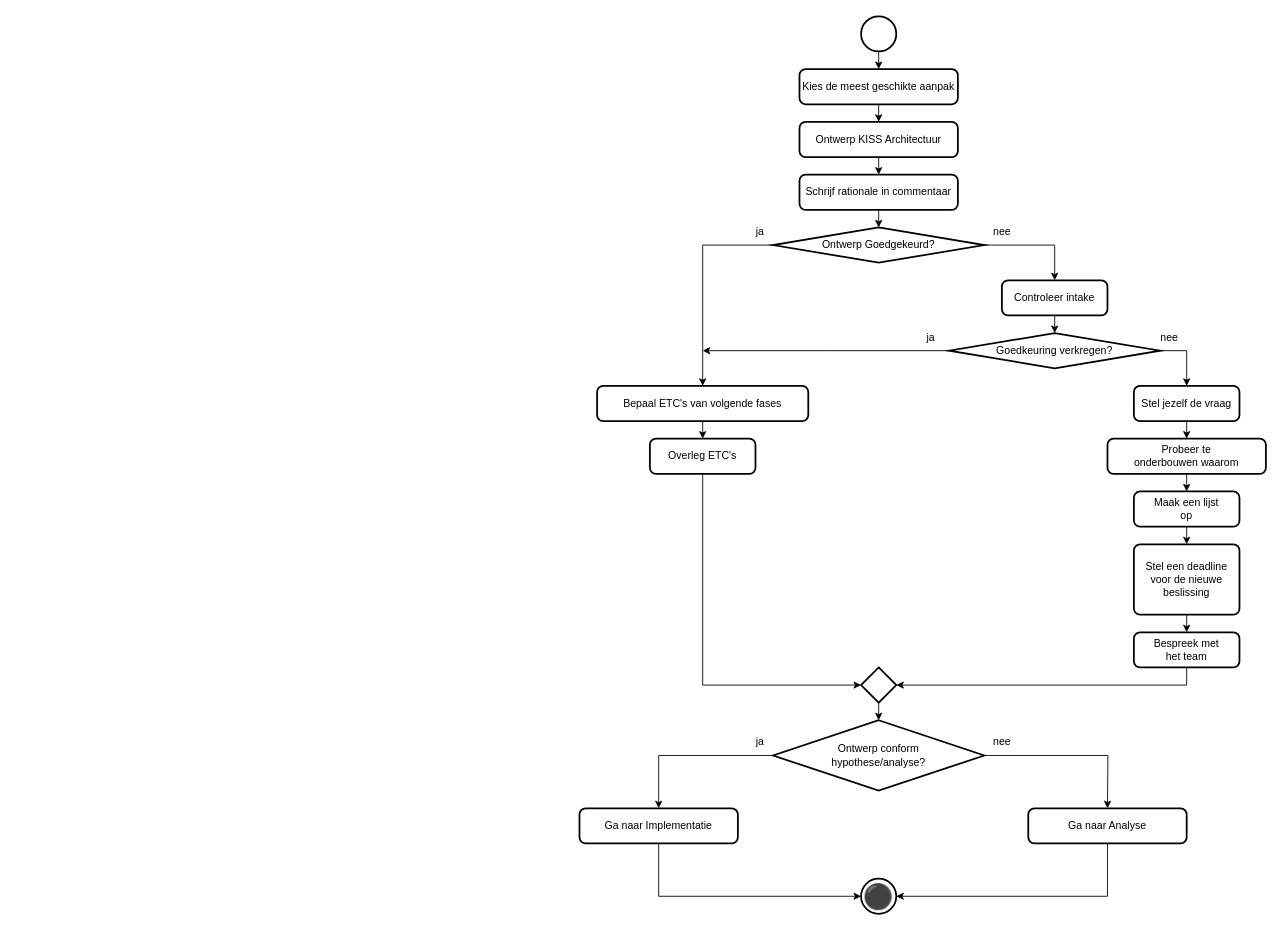
The draw.io diagram 3 Issue Tracker ontwerp.drawio in Zaibatsu89/IssueTracker, before the edit. Source tidied: cells renumbered, new cells numbered last; positions are measured from the earlier drawing's top-left corner, leaving out a move shared by most shapes. Both pictures are drawn from the tidied source at 88%, with x=0, y=0 at pixel (579, 16).
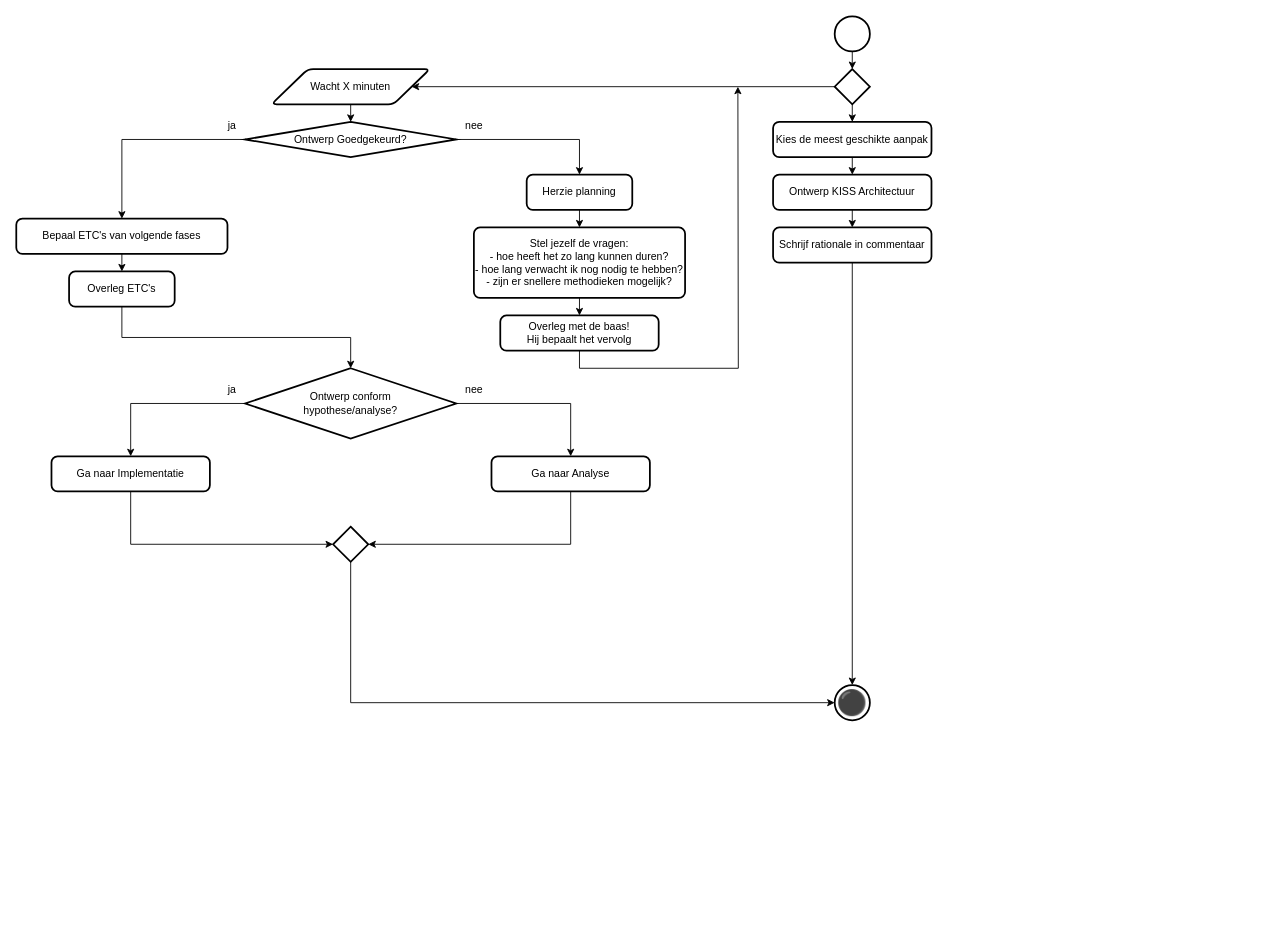
The same diagram, later.

Diff of the diagram source:
```diff
@@
-    <mxCell id="2" style="edgeStyle=orthogonalEdgeStyle;rounded=0;jettySize=auto;html=1;exitX=0.5;exitY=1;exitDx=0;exitDy=0;exitPerimeter=0;entryX=0.5;entryY=0;entryDx=0;entryDy=0;" parent="1" edge="1" source="3" target="5">
-      <mxGeometry relative="1" as="geometry" />
-    </mxCell>
     <mxCell id="3" style="strokeWidth=2;html=1;shape=mxgraph.flowchart.start_2;whiteSpace=wrap;" parent="1" vertex="1">
-      <mxGeometry x="320" width="40" height="40" as="geometry" />
+      <mxGeometry x="290" width="40" height="40" as="geometry" />
     </mxCell>
@@
     <mxCell id="5" value="Kies de meest geschikte aanpak" style="rounded=1;whiteSpace=wrap;html=1;absoluteArcSize=1;arcSize=14;strokeWidth=2;" parent="1" vertex="1">
-      <mxGeometry x="250" y="60" width="180" height="40" as="geometry" />
+      <mxGeometry x="220" y="120" width="180" height="40" as="geometry" />
     </mxCell>
@@
     <mxCell id="7" value="Ontwerp KISS Architectuur" style="rounded=1;whiteSpace=wrap;html=1;absoluteArcSize=1;arcSize=14;strokeWidth=2;" parent="1" vertex="1">
-      <mxGeometry x="250" y="120" width="180" height="40" as="geometry" />
+      <mxGeometry x="220" y="180" width="180" height="40" as="geometry" />
     </mxCell>
     <mxCell id="8" value="Schrijf rationale in commentaar" style="rounded=1;whiteSpace=wrap;html=1;absoluteArcSize=1;arcSize=14;strokeWidth=2;" parent="1" vertex="1">
-      <mxGeometry x="250" y="180" width="180" height="40" as="geometry" />
+      <mxGeometry x="220" y="240" width="180" height="40" as="geometry" />
     </mxCell>
-    <mxCell id="9" style="edgeStyle=orthogonalEdgeStyle;rounded=0;jettySize=auto;html=1;exitX=1;exitY=0.5;exitDx=0;exitDy=0;exitPerimeter=0;entryX=0.5;entryY=0;entryDx=0;entryDy=0;" parent="1" edge="1" source="11" target="14">
-      <mxGeometry relative="1" as="geometry" />
-    </mxCell>
@@
+    <mxCell id="48" style="edgeStyle=orthogonalEdgeStyle;rounded=0;jettySize=auto;html=1;exitX=1;exitY=0.5;exitDx=0;exitDy=0;exitPerimeter=0;entryX=0.5;entryY=0;entryDx=0;entryDy=0;" parent="1" edge="1" source="11" target="56">
+      <mxGeometry relative="1" as="geometry" />
+    </mxCell>
     <mxCell id="11" value="Ontwerp Goedgekeurd?" style="strokeWidth=2;html=1;shape=mxgraph.flowchart.decision;whiteSpace=wrap;" parent="1" vertex="1">
-      <mxGeometry x="220" y="240" width="240" height="40" as="geometry" />
+      <mxGeometry x="-380" y="120" width="240" height="40" as="geometry" />
     </mxCell>
-    <mxCell id="12" style="edgeStyle=orthogonalEdgeStyle;rounded=0;jettySize=auto;html=1;exitX=0.5;exitY=1;exitDx=0;exitDy=0;entryX=0.5;entryY=0;entryDx=0;entryDy=0;entryPerimeter=0;" parent="1" edge="1" source="8" target="11">
-      <mxGeometry relative="1" as="geometry" />
-    </mxCell>
     <mxCell id="13" value="ja" style="text;html=1;align=center;verticalAlign=middle;strokeColor=none;fillColor=none;" parent="1" vertex="1">
-      <mxGeometry x="190" y="230" width="30" height="30" as="geometry" />
+      <mxGeometry x="-410" y="110" width="30" height="30" as="geometry" />
     </mxCell>
-    <mxCell id="14" value="Controleer intake" style="rounded=1;whiteSpace=wrap;html=1;absoluteArcSize=1;arcSize=14;strokeWidth=2;" parent="1" vertex="1">
-      <mxGeometry x="480" y="300" width="120" height="40" as="geometry" />
-    </mxCell>
     <mxCell id="15" value="nee" style="text;html=1;align=center;verticalAlign=middle;strokeColor=none;fillColor=none;" parent="1" vertex="1">
-      <mxGeometry x="460" y="230" width="40" height="30" as="geometry" />
+      <mxGeometry x="-140" y="110" width="40" height="30" as="geometry" />
     </mxCell>
-    <mxCell id="16" style="edgeStyle=orthogonalEdgeStyle;rounded=0;jettySize=auto;html=1;exitX=1;exitY=0.5;exitDx=0;exitDy=0;exitPerimeter=0;entryX=0.5;entryY=0;entryDx=0;entryDy=0;" parent="1" edge="1" source="18" target="23">
-      <mxGeometry relative="1" as="geometry" />
-    </mxCell>
-    <mxCell id="17" style="edgeStyle=orthogonalEdgeStyle;rounded=0;jettySize=auto;html=1;exitX=0;exitY=0.5;exitDx=0;exitDy=0;exitPerimeter=0;" parent="1" edge="1" source="18">
-      <mxGeometry relative="1" as="geometry">
-        <mxPoint x="140" y="380" as="targetPoint" />
-      </mxGeometry>
-    </mxCell>
-    <mxCell id="18" value="Goedkeuring verkregen?" style="strokeWidth=2;html=1;shape=mxgraph.flowchart.decision;whiteSpace=wrap;" parent="1" vertex="1">
-      <mxGeometry x="420" y="360" width="240" height="40" as="geometry" />
-    </mxCell>
-    <mxCell id="19" style="edgeStyle=orthogonalEdgeStyle;rounded=0;jettySize=auto;html=1;exitX=0.5;exitY=1;exitDx=0;exitDy=0;entryX=0.5;entryY=0;entryDx=0;entryDy=0;entryPerimeter=0;" parent="1" edge="1" source="14" target="18">
-      <mxGeometry relative="1" as="geometry" />
-    </mxCell>
     <mxCell id="20" value="Ga naar Implementatie" style="rounded=1;whiteSpace=wrap;html=1;absoluteArcSize=1;arcSize=14;strokeWidth=2;" parent="1" vertex="1">
-      <mxGeometry y="900" width="180" height="40" as="geometry" />
+      <mxGeometry x="-600" y="500" width="180" height="40" as="geometry" />
     </mxCell>
-    <mxCell id="21" value="ja" style="text;html=1;align=center;verticalAlign=middle;strokeColor=none;fillColor=none;" parent="1" vertex="1">
-      <mxGeometry x="384" y="350" width="30" height="30" as="geometry" />
-    </mxCell>
-    <mxCell id="22" style="edgeStyle=orthogonalEdgeStyle;rounded=0;jettySize=auto;html=1;exitX=0.5;exitY=1;exitDx=0;exitDy=0;entryX=0.5;entryY=0;entryDx=0;entryDy=0;" parent="1" edge="1" source="23" target="26">
-      <mxGeometry relative="1" as="geometry" />
-    </mxCell>
-    <mxCell id="23" value="Stel jezelf de vraag" style="rounded=1;whiteSpace=wrap;html=1;absoluteArcSize=1;arcSize=14;strokeWidth=2;" parent="1" vertex="1">
-      <mxGeometry x="630" y="420" width="120" height="40" as="geometry" />
-    </mxCell>
-    <mxCell id="24" value="nee" style="text;html=1;align=center;verticalAlign=middle;strokeColor=none;fillColor=none;" parent="1" vertex="1">
-      <mxGeometry x="650" y="350" width="40" height="30" as="geometry" />
-    </mxCell>
-    <mxCell id="25" style="edgeStyle=orthogonalEdgeStyle;rounded=0;jettySize=auto;html=1;exitX=0.5;exitY=1;exitDx=0;exitDy=0;entryX=0.5;entryY=0;entryDx=0;entryDy=0;" parent="1" edge="1" source="26" target="28">
-      <mxGeometry relative="1" as="geometry" />
-    </mxCell>
-    <mxCell id="26" value="Probeer te&lt;br&gt;onderbouwen waarom" style="rounded=1;whiteSpace=wrap;html=1;absoluteArcSize=1;arcSize=14;strokeWidth=2;" parent="1" vertex="1">
-      <mxGeometry x="600" y="480" width="180" height="40" as="geometry" />
-    </mxCell>
-    <mxCell id="27" style="edgeStyle=orthogonalEdgeStyle;rounded=0;jettySize=auto;html=1;exitX=0.5;exitY=1;exitDx=0;exitDy=0;entryX=0.5;entryY=0;entryDx=0;entryDy=0;" parent="1" edge="1" source="28" target="30">
-      <mxGeometry relative="1" as="geometry" />
-    </mxCell>
-    <mxCell id="28" value="Maak een lijst&lt;br&gt;op" style="rounded=1;whiteSpace=wrap;html=1;absoluteArcSize=1;arcSize=14;strokeWidth=2;" parent="1" vertex="1">
-      <mxGeometry x="630" y="540" width="120" height="40" as="geometry" />
-    </mxCell>
-    <mxCell id="29" style="edgeStyle=orthogonalEdgeStyle;rounded=0;jettySize=auto;html=1;exitX=0.5;exitY=1;exitDx=0;exitDy=0;entryX=0.5;entryY=0;entryDx=0;entryDy=0;" parent="1" edge="1" source="30" target="31">
-      <mxGeometry relative="1" as="geometry" />
-    </mxCell>
-    <mxCell id="30" value="Stel een deadline&lt;br&gt;voor de nieuwe&lt;br&gt;beslissing" style="rounded=1;whiteSpace=wrap;html=1;absoluteArcSize=1;arcSize=14;strokeWidth=2;" parent="1" vertex="1">
-      <mxGeometry x="630" y="600" width="120" height="80" as="geometry" />
-    </mxCell>
-    <mxCell id="31" value="Bespreek met&lt;br&gt;het team" style="rounded=1;whiteSpace=wrap;html=1;absoluteArcSize=1;arcSize=14;strokeWidth=2;" parent="1" vertex="1">
-      <mxGeometry x="630" y="700" width="120" height="40" as="geometry" />
-    </mxCell>
-    <mxCell id="32" style="strokeWidth=2;html=1;shape=mxgraph.flowchart.decision;whiteSpace=wrap;" parent="1" vertex="1">
-      <mxGeometry x="320" y="740" width="40" height="40" as="geometry" />
-    </mxCell>
-    <mxCell id="33" style="edgeStyle=orthogonalEdgeStyle;rounded=0;jettySize=auto;html=1;exitX=0.5;exitY=1;exitDx=0;exitDy=0;entryX=1;entryY=0.5;entryDx=0;entryDy=0;entryPerimeter=0;" parent="1" edge="1" source="31" target="32">
-      <mxGeometry relative="1" as="geometry" />
-    </mxCell>
-    <mxCell id="34" style="edgeStyle=orthogonalEdgeStyle;rounded=0;jettySize=auto;html=1;exitX=1;exitY=0.5;exitDx=0;exitDy=0;exitPerimeter=0;entryX=0.5;entryY=0;entryDx=0;entryDy=0;" parent="1" edge="1" source="36">
-      <mxGeometry relative="1" as="geometry">
-        <mxPoint x="600" y="900" as="targetPoint" />
-      </mxGeometry>
-    </mxCell>
@@
+    <mxCell id="49" style="edgeStyle=orthogonalEdgeStyle;rounded=0;jettySize=auto;html=1;exitX=1;exitY=0.5;exitDx=0;exitDy=0;exitPerimeter=0;entryX=0.5;entryY=0;entryDx=0;entryDy=0;" parent="1" edge="1" source="36" target="38">
+      <mxGeometry relative="1" as="geometry" />
+    </mxCell>
     <mxCell id="36" value="Ontwerp conform&lt;br&gt;hypothese/analyse?" style="strokeWidth=2;html=1;shape=mxgraph.flowchart.decision;whiteSpace=wrap;" parent="1" vertex="1">
-      <mxGeometry x="220" y="800" width="240" height="80" as="geometry" />
+      <mxGeometry x="-380" y="400" width="240" height="80" as="geometry" />
     </mxCell>
     <mxCell id="37" value="ja" style="text;html=1;align=center;verticalAlign=middle;strokeColor=none;fillColor=none;" parent="1" vertex="1">
-      <mxGeometry x="190" y="810" width="30" height="30" as="geometry" />
+      <mxGeometry x="-410" y="410" width="30" height="30" as="geometry" />
     </mxCell>
     <mxCell id="38" value="Ga naar Analyse" style="rounded=1;whiteSpace=wrap;html=1;absoluteArcSize=1;arcSize=14;strokeWidth=2;" parent="1" vertex="1">
-      <mxGeometry x="510" y="900" width="180" height="40" as="geometry" />
+      <mxGeometry x="-100" y="500" width="180" height="40" as="geometry" />
     </mxCell>
     <mxCell id="39" value="&lt;span&gt;⚫&lt;/span&gt;" style="strokeWidth=2;html=1;shape=mxgraph.flowchart.start_2;whiteSpace=wrap;fontSize=28;" parent="1" vertex="1">
-      <mxGeometry x="320" y="980" width="40" height="40" as="geometry" />
+      <mxGeometry x="290" y="760" width="40" height="40" as="geometry" />
     </mxCell>
@@
     <mxCell id="41" value="Bepaal ETC's van volgende fases" style="rounded=1;whiteSpace=wrap;html=1;absoluteArcSize=1;arcSize=14;strokeWidth=2;" parent="1" vertex="1">
-      <mxGeometry x="20" y="420" width="240" height="40" as="geometry" />
+      <mxGeometry x="-640" y="230" width="240" height="40" as="geometry" />
     </mxCell>
     <mxCell id="42" value="Overleg ETC's" style="rounded=1;whiteSpace=wrap;html=1;absoluteArcSize=1;arcSize=14;strokeWidth=2;" parent="1" vertex="1">
-      <mxGeometry x="80" y="480" width="120" height="40" as="geometry" />
+      <mxGeometry x="-580" y="290" width="120" height="40" as="geometry" />
     </mxCell>
     <mxCell id="43" value="nee" style="text;html=1;align=center;verticalAlign=middle;strokeColor=none;fillColor=none;" parent="1" vertex="1">
-      <mxGeometry x="460" y="810" width="40" height="30" as="geometry" />
+      <mxGeometry x="-140" y="410" width="40" height="30" as="geometry" />
     </mxCell>
-    <mxCell id="44" style="edgeStyle=orthogonalEdgeStyle;rounded=0;jettySize=auto;html=1;exitX=0.5;exitY=1;exitDx=0;exitDy=0;entryX=1;entryY=0.5;entryDx=0;entryDy=0;entryPerimeter=0;" parent="1" edge="1" source="38" target="39">
-      <mxGeometry relative="1" as="geometry" />
-    </mxCell>
-    <mxCell id="45" style="edgeStyle=orthogonalEdgeStyle;rounded=0;jettySize=auto;html=1;exitX=0.5;exitY=1;exitDx=0;exitDy=0;exitPerimeter=0;entryX=0.5;entryY=0;entryDx=0;entryDy=0;entryPerimeter=0;" parent="1" edge="1" source="32" target="36">
-      <mxGeometry relative="1" as="geometry" />
-    </mxCell>
-    <mxCell id="46" style="edgeStyle=orthogonalEdgeStyle;rounded=0;jettySize=auto;html=1;exitX=0.5;exitY=1;exitDx=0;exitDy=0;entryX=0;entryY=0.5;entryDx=0;entryDy=0;entryPerimeter=0;" parent="1" edge="1" source="42" target="32">
+    <mxCell id="46" style="edgeStyle=orthogonalEdgeStyle;rounded=0;jettySize=auto;html=1;exitX=0.5;exitY=1;exitDx=0;exitDy=0;entryX=0.5;entryY=0;entryDx=0;entryDy=0;entryPerimeter=0;" parent="1" edge="1" source="42" target="36">
       <mxGeometry relative="1" as="geometry" />
     </mxCell>
-    <mxCell id="47" style="edgeStyle=orthogonalEdgeStyle;rounded=0;jettySize=auto;html=1;exitX=0.5;exitY=1;exitDx=0;exitDy=0;entryX=0;entryY=0.5;entryDx=0;entryDy=0;entryPerimeter=0;" parent="1" edge="1" source="20" target="39">
-      <mxGeometry relative="1" as="geometry" />
-    </mxCell>
+    <mxCell id="50" style="edgeStyle=orthogonalEdgeStyle;rounded=0;jettySize=auto;html=1;exitX=0;exitY=0.5;exitDx=0;exitDy=0;exitPerimeter=0;entryX=1;entryY=0.5;entryDx=0;entryDy=0;" parent="1" edge="1" source="52" target="54">
+      <mxGeometry relative="1" as="geometry" />
+    </mxCell>
+    <mxCell id="51" style="edgeStyle=orthogonalEdgeStyle;rounded=0;jettySize=auto;html=1;exitX=0.5;exitY=1;exitDx=0;exitDy=0;exitPerimeter=0;entryX=0.5;entryY=0;entryDx=0;entryDy=0;" parent="1" edge="1" source="52" target="5">
+      <mxGeometry relative="1" as="geometry" />
+    </mxCell>
+    <mxCell id="52" style="strokeWidth=2;html=1;shape=mxgraph.flowchart.decision;whiteSpace=wrap;" parent="1" vertex="1">
+      <mxGeometry x="290" y="60" width="40" height="40" as="geometry" />
+    </mxCell>
+    <mxCell id="53" style="edgeStyle=orthogonalEdgeStyle;rounded=0;jettySize=auto;html=1;exitX=0.5;exitY=1;exitDx=0;exitDy=0;exitPerimeter=0;entryX=0.5;entryY=0;entryDx=0;entryDy=0;entryPerimeter=0;" parent="1" edge="1" source="3" target="52">
+      <mxGeometry relative="1" as="geometry" />
+    </mxCell>
+    <mxCell id="54" value="Wacht X minuten" style="shape=parallelogram;html=1;strokeWidth=2;perimeter=parallelogramPerimeter;whiteSpace=wrap;rounded=1;arcSize=12;size=0.23;" parent="1" vertex="1">
+      <mxGeometry x="-350" y="60" width="180" height="40" as="geometry" />
+    </mxCell>
+    <mxCell id="55" style="edgeStyle=orthogonalEdgeStyle;rounded=0;jettySize=auto;html=1;exitX=0.5;exitY=1;exitDx=0;exitDy=0;entryX=0.5;entryY=0;entryDx=0;entryDy=0;" parent="1" edge="1" source="56" target="58">
+      <mxGeometry relative="1" as="geometry" />
+    </mxCell>
+    <mxCell id="56" value="Herzie planning" style="rounded=1;whiteSpace=wrap;html=1;absoluteArcSize=1;arcSize=14;strokeWidth=2;" parent="1" vertex="1">
+      <mxGeometry x="-60" y="180" width="120" height="40" as="geometry" />
+    </mxCell>
+    <mxCell id="57" style="edgeStyle=orthogonalEdgeStyle;rounded=0;jettySize=auto;html=1;exitX=0.5;exitY=1;exitDx=0;exitDy=0;entryX=0.5;entryY=0;entryDx=0;entryDy=0;" parent="1" edge="1" source="58" target="60">
+      <mxGeometry relative="1" as="geometry" />
+    </mxCell>
+    <mxCell id="58" value="Stel jezelf de vragen:&lt;div&gt;- hoe heeft het zo lang kunnen duren?&lt;/div&gt;&lt;div&gt;- hoe lang verwacht ik nog nodig te hebben?&lt;/div&gt;&lt;div&gt;- zijn er snellere methodieken mogelijk?&lt;/div&gt;" style="rounded=1;whiteSpace=wrap;html=1;absoluteArcSize=1;arcSize=14;strokeWidth=2;" parent="1" vertex="1">
+      <mxGeometry x="-120" y="240" width="240" height="80" as="geometry" />
+    </mxCell>
+    <mxCell id="59" style="edgeStyle=orthogonalEdgeStyle;rounded=0;jettySize=auto;html=1;exitX=0.5;exitY=1;exitDx=0;exitDy=0;" parent="1" edge="1" source="60">
+      <mxGeometry relative="1" as="geometry">
+        <mxPoint x="180" y="80" as="targetPoint" />
+      </mxGeometry>
+    </mxCell>
+    <mxCell id="60" value="Overleg met de baas!&lt;br&gt;Hij bepaalt het vervolg" style="rounded=1;whiteSpace=wrap;html=1;absoluteArcSize=1;arcSize=14;strokeWidth=2;" parent="1" vertex="1">
+      <mxGeometry x="-90" y="340" width="180" height="40" as="geometry" />
+    </mxCell>
+    <mxCell id="61" style="edgeStyle=orthogonalEdgeStyle;rounded=0;jettySize=auto;html=1;exitX=0.5;exitY=1;exitDx=0;exitDy=0;entryX=0.5;entryY=0;entryDx=0;entryDy=0;entryPerimeter=0;" parent="1" edge="1" source="54" target="11">
+      <mxGeometry relative="1" as="geometry" />
+    </mxCell>
+    <mxCell id="62" style="strokeWidth=2;html=1;shape=mxgraph.flowchart.decision;whiteSpace=wrap;" parent="1" vertex="1">
+      <mxGeometry x="-280" y="580" width="40" height="40" as="geometry" />
+    </mxCell>
+    <mxCell id="63" style="edgeStyle=orthogonalEdgeStyle;rounded=0;jettySize=auto;html=1;exitX=0.5;exitY=1;exitDx=0;exitDy=0;entryX=0;entryY=0.5;entryDx=0;entryDy=0;entryPerimeter=0;" parent="1" edge="1" source="20" target="62">
+      <mxGeometry relative="1" as="geometry" />
+    </mxCell>
+    <mxCell id="64" style="edgeStyle=orthogonalEdgeStyle;rounded=0;jettySize=auto;html=1;exitX=0.5;exitY=1;exitDx=0;exitDy=0;entryX=1;entryY=0.5;entryDx=0;entryDy=0;entryPerimeter=0;" parent="1" edge="1" source="38" target="62">
+      <mxGeometry relative="1" as="geometry" />
+    </mxCell>
+    <mxCell id="65" style="edgeStyle=orthogonalEdgeStyle;rounded=0;jettySize=auto;html=1;exitX=0.5;exitY=1;exitDx=0;exitDy=0;exitPerimeter=0;entryX=0;entryY=0.5;entryDx=0;entryDy=0;entryPerimeter=0;" parent="1" edge="1" source="62" target="39">
+      <mxGeometry relative="1" as="geometry" />
+    </mxCell>
+    <mxCell id="66" style="edgeStyle=orthogonalEdgeStyle;rounded=0;jettySize=auto;html=1;exitX=0.5;exitY=1;exitDx=0;exitDy=0;entryX=0.5;entryY=0;entryDx=0;entryDy=0;entryPerimeter=0;" parent="1" edge="1" source="8" target="39">
+      <mxGeometry relative="1" as="geometry" />
+    </mxCell>
```
